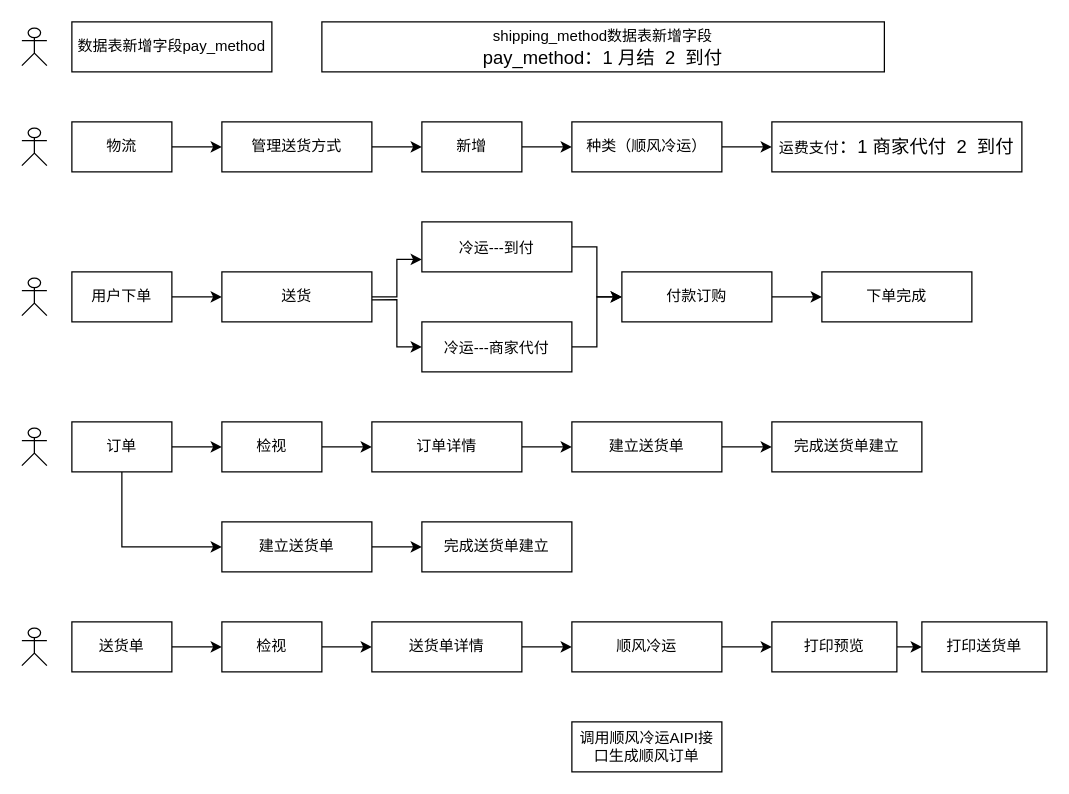
The draw.io diagram w2kmeDiagram.drawio in w2kme/myweb, before the edit. Source tidied: cells renumbered, new cells numbered last; positions are measured from the earlier drawing's top-left corner, leaving out a move shared by most shapes. Both pictures are drawn from the tidied source at 125%, with x=0, y=0 at pixel (21, 21).
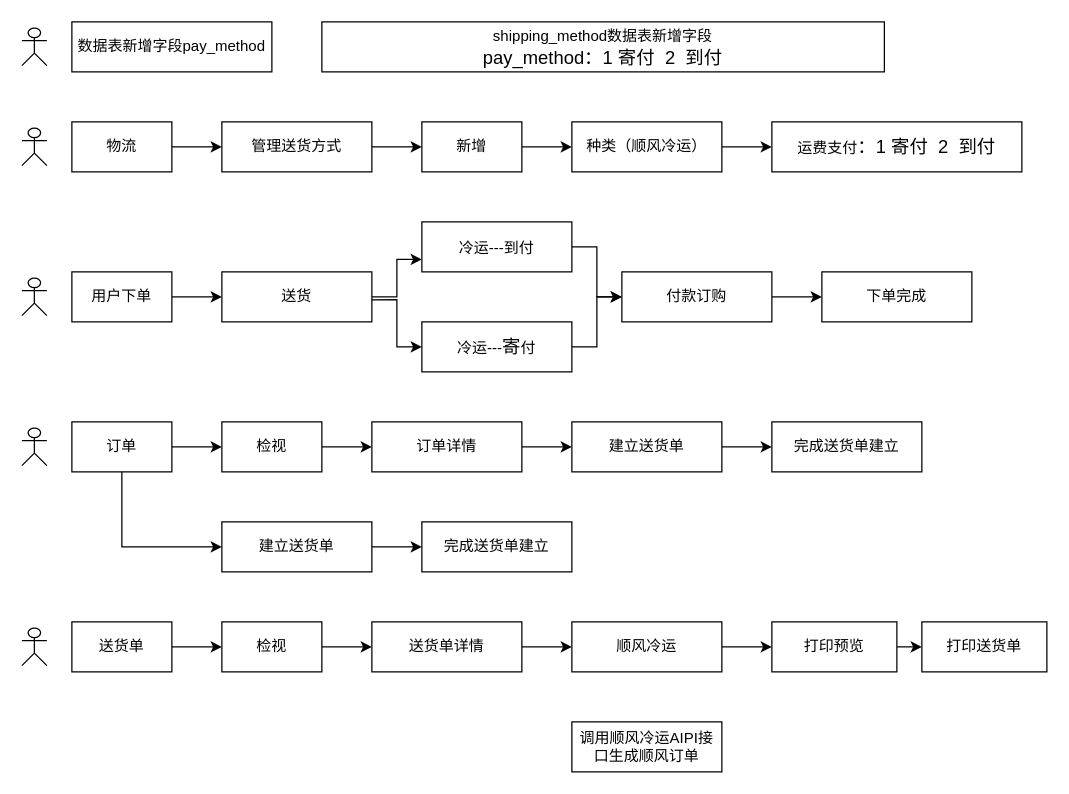
The same diagram, later.

What changed in the source:
```diff
@@
-    <mxCell id="7" value="&lt;div&gt;shipping_method数据表新增字段&lt;span style=&quot;font-size: 11.04pt ; font-family: &amp;#34;calibri&amp;#34; ; color: rgb(0 , 0 , 0)&quot;&gt;&lt;br&gt;&lt;/span&gt;&lt;div align=&quot;left&quot;&gt;&lt;span style=&quot;font-size: 11.04pt ; font-family: &amp;#34;calibri&amp;#34; ; color: rgb(0 , 0 , 0)&quot;&gt;pay_method：1 月结&amp;nbsp; 2&amp;nbsp; 到付&lt;br&gt;&lt;/span&gt;&lt;/div&gt;&lt;/div&gt;" style="rounded=0;whiteSpace=wrap;html=1;" parent="1" vertex="1">
+    <mxCell id="7" value="&lt;div&gt;shipping_method数据表新增字段&lt;span style=&quot;font-size: 11.04pt ; font-family: &amp;#34;calibri&amp;#34; ; color: rgb(0 , 0 , 0)&quot;&gt;&lt;br&gt;&lt;/span&gt;&lt;div align=&quot;left&quot;&gt;&lt;span style=&quot;font-size: 11.04pt ; font-family: &amp;#34;calibri&amp;#34; ; color: rgb(0 , 0 , 0)&quot;&gt;pay_method：1 寄付&amp;nbsp; 2&amp;nbsp; 到付&lt;br&gt;&lt;/span&gt;&lt;/div&gt;&lt;/div&gt;" style="rounded=0;whiteSpace=wrap;html=1;" parent="1" vertex="1">
       <mxGeometry x="240" width="450" height="40" as="geometry" />
     </mxCell>
@@
-    <mxCell id="12" value="&lt;div&gt;运费支付&lt;span style=&quot;font-size: 11.04pt ; font-family: &amp;#34;calibri&amp;#34; ; color: rgb(0 , 0 , 0)&quot;&gt;：1 商家代付&amp;nbsp; 2&amp;nbsp; 到付&lt;br&gt;&lt;/span&gt;&lt;span style=&quot;font-size: 11.04pt ; font-family: &amp;#34;calibri&amp;#34; ; color: rgb(0 , 0 , 0)&quot;&gt;&lt;/span&gt;&lt;/div&gt;" style="rounded=0;whiteSpace=wrap;html=1;" parent="1" vertex="1">
+    <mxCell id="12" value="&lt;div&gt;运费支付&lt;span style=&quot;font-size: 11.04pt ; font-family: &amp;#34;calibri&amp;#34; ; color: rgb(0 , 0 , 0)&quot;&gt;：1 &lt;/span&gt;&lt;span style=&quot;font-size: 11.04pt ; font-family: &amp;#34;calibri&amp;#34; ; color: rgb(0 , 0 , 0)&quot;&gt;&lt;span style=&quot;font-size: 11.04pt ; font-family: &amp;#34;calibri&amp;#34; ; color: rgb(0 , 0 , 0)&quot;&gt;寄&lt;/span&gt;付&amp;nbsp; 2&amp;nbsp; 到付&lt;br&gt;&lt;/span&gt;&lt;span style=&quot;font-size: 11.04pt ; font-family: &amp;#34;calibri&amp;#34; ; color: rgb(0 , 0 , 0)&quot;&gt;&lt;/span&gt;&lt;/div&gt;" style="rounded=0;whiteSpace=wrap;html=1;" parent="1" vertex="1">
       <mxGeometry x="600" y="80" width="200" height="40" as="geometry" />
     </mxCell>
@@
-    <mxCell id="21" value="&lt;div&gt;冷运---商家代付&lt;span style=&quot;font-size: 11.04pt ; font-family: &amp;#34;calibri&amp;#34; ; color: rgb(0 , 0 , 0)&quot;&gt;&lt;br&gt;&lt;/span&gt;&lt;span style=&quot;font-size: 11.04pt ; font-family: &amp;#34;calibri&amp;#34; ; color: rgb(0 , 0 , 0)&quot;&gt;&lt;/span&gt;&lt;/div&gt;" style="rounded=0;whiteSpace=wrap;html=1;" parent="1" vertex="1">
+    <mxCell id="21" value="&lt;div&gt;冷运---&lt;span style=&quot;font-size: 11.04pt ; font-family: &amp;#34;calibri&amp;#34; ; color: rgb(0 , 0 , 0)&quot;&gt;寄&lt;/span&gt;付&lt;span style=&quot;font-size: 11.04pt ; font-family: &amp;#34;calibri&amp;#34; ; color: rgb(0 , 0 , 0)&quot;&gt;&lt;br&gt;&lt;/span&gt;&lt;span style=&quot;font-size: 11.04pt ; font-family: &amp;#34;calibri&amp;#34; ; color: rgb(0 , 0 , 0)&quot;&gt;&lt;/span&gt;&lt;/div&gt;" style="rounded=0;whiteSpace=wrap;html=1;" parent="1" vertex="1">
       <mxGeometry x="320" y="240" width="120" height="40" as="geometry" />
     </mxCell>
```
